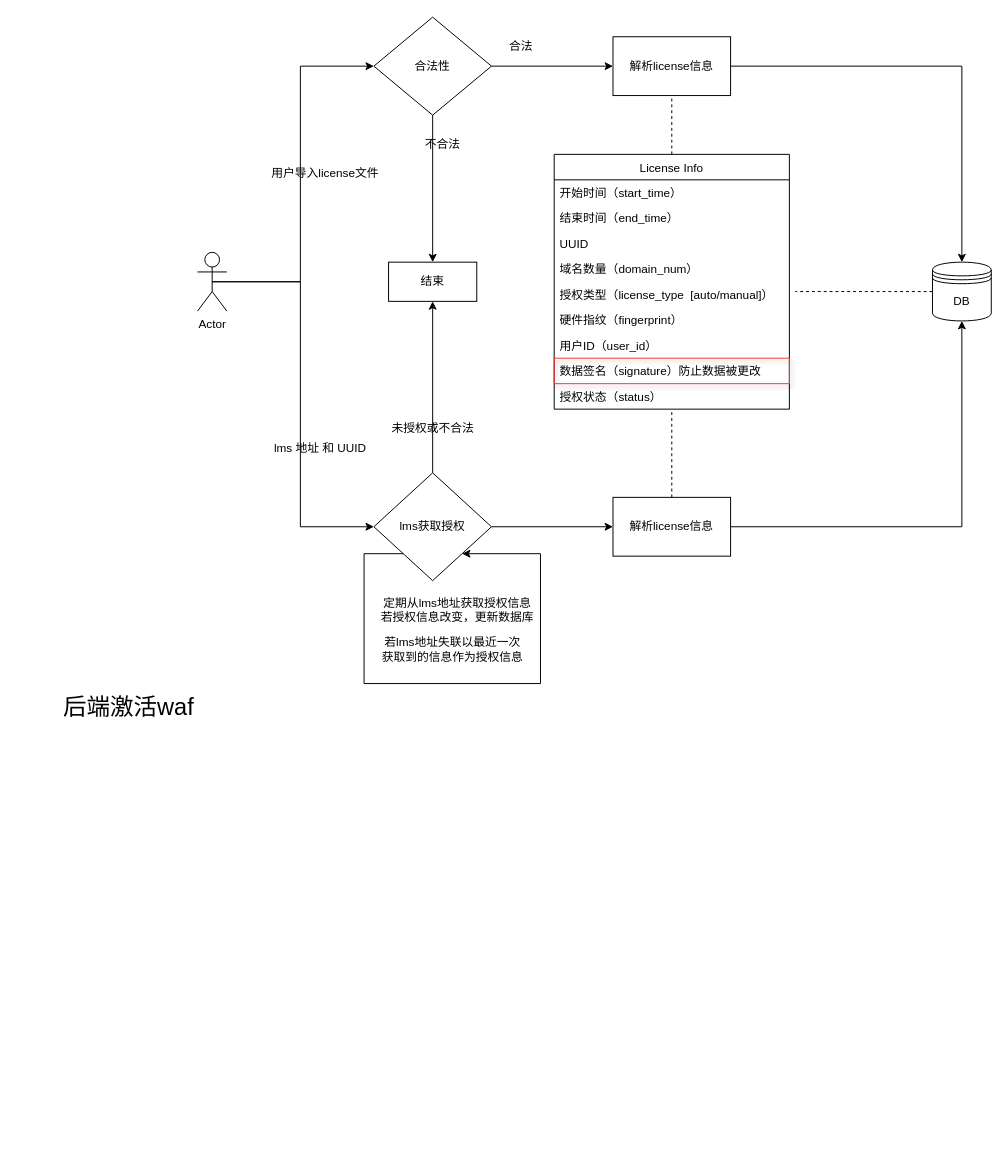
Earlier version of the draw.io diagram license.drawio (whscout/resume). Source tidied: cells renumbered, new cells numbered last; positions are measured from the earlier drawing's top-left corner, leaving out a move shared by most shapes. Both pictures are drawn from the tidied source at 98%, with x=0, y=0 at pixel (21, 17).
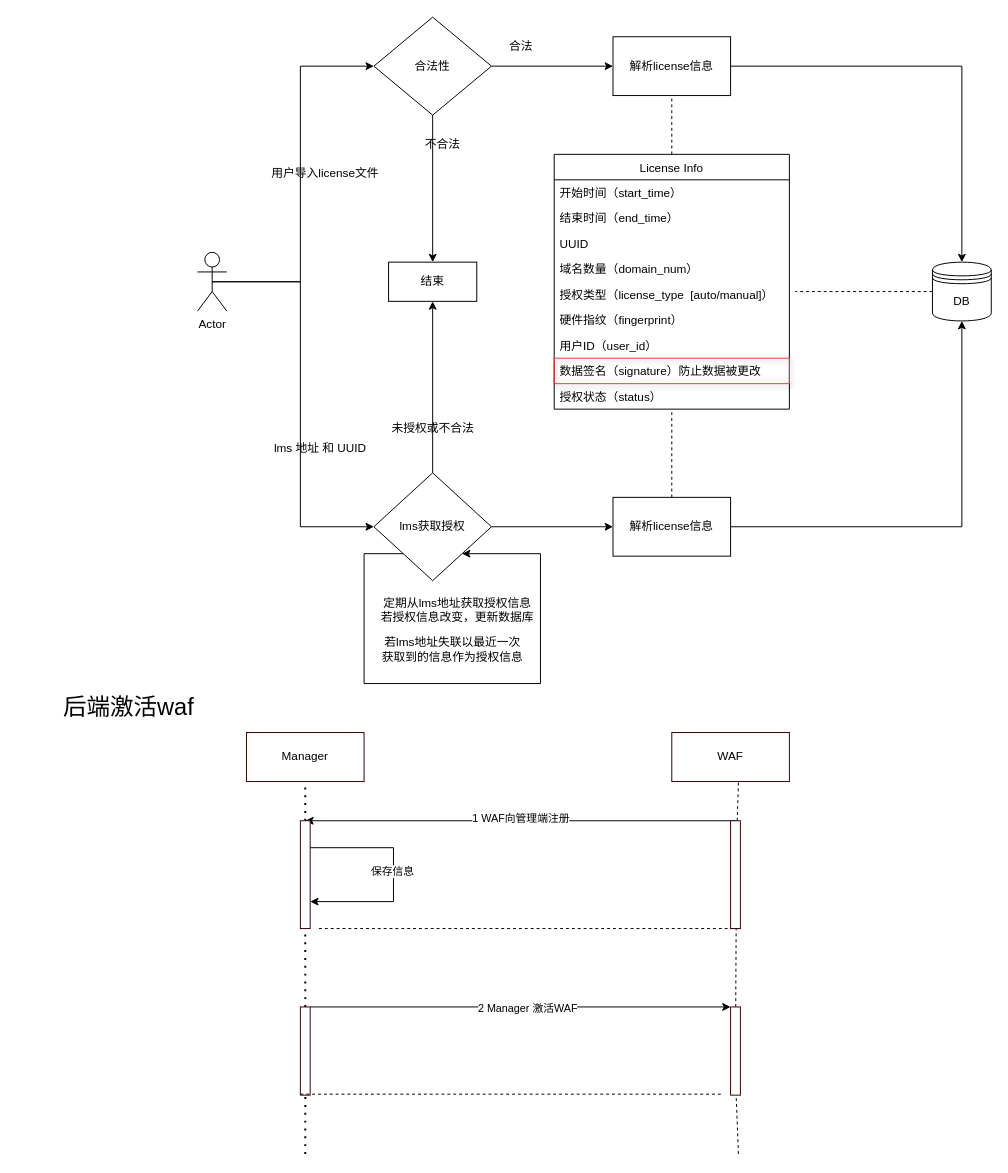
The same diagram, later.

The edit, as a diff of the source:
```diff
@@
+    <mxCell id="39" value="Manager" style="rounded=0;whiteSpace=wrap;html=1;shadow=0;strokeColor=#330000;" parent="1" vertex="1">
+      <mxGeometry x="230" y="730" width="120" height="50" as="geometry" />
+    </mxCell>
+    <mxCell id="40" value="WAF" style="rounded=0;whiteSpace=wrap;html=1;shadow=0;strokeColor=#330000;" parent="1" vertex="1">
+      <mxGeometry x="664" y="730" width="120" height="50" as="geometry" />
+    </mxCell>
+    <mxCell id="41" style="endArrow=none;dashed=1;html=1;dashPattern=1 3;strokeWidth=2;entryX=0.5;entryY=1;entryDx=0;entryDy=0;" parent="1" edge="1" source="45" target="39">
+      <mxGeometry relative="1" as="geometry" />
+    </mxCell>
+    <mxCell id="42" style="endArrow=none;dashed=1;html=1;entryX=0.567;entryY=1;entryDx=0;entryDy=0;entryPerimeter=0;" parent="1" edge="1" source="48" target="40">
+      <mxGeometry relative="1" as="geometry" />
+    </mxCell>
+    <mxCell id="43" style="endArrow=classic;html=1;" parent="1" edge="1">
+      <mxGeometry relative="1" as="geometry">
+        <mxPoint x="730" y="820" as="sourcePoint" />
+        <mxPoint x="290" y="820" as="targetPoint" />
+      </mxGeometry>
+    </mxCell>
+    <mxCell id="44" value="1 WAF向管理端注册" style="edgeLabel;html=1;align=center;verticalAlign=middle;" parent="43" vertex="1">
+      <mxGeometry x="0.54" y="-3" relative="1" as="geometry">
+        <mxPoint x="118" as="offset" />
+      </mxGeometry>
+    </mxCell>
+    <mxCell id="45" style="rounded=0;whiteSpace=wrap;html=1;shadow=0;strokeColor=#330000;" parent="1" vertex="1">
+      <mxGeometry x="285" y="820" width="10" height="110" as="geometry" />
+    </mxCell>
+    <mxCell id="46" style="endArrow=none;dashed=1;html=1;dashPattern=1 3;strokeWidth=2;entryX=0.5;entryY=1;entryDx=0;entryDy=0;" parent="1" edge="1" source="54" target="45">
+      <mxGeometry relative="1" as="geometry" />
+    </mxCell>
+    <mxCell id="47" style="endArrow=none;dashed=1;html=1;" parent="1" edge="1">
+      <mxGeometry relative="1" as="geometry">
+        <mxPoint x="304" y="930" as="sourcePoint" />
+        <mxPoint x="734" y="930" as="targetPoint" />
+      </mxGeometry>
+    </mxCell>
+    <mxCell id="48" style="rounded=0;whiteSpace=wrap;html=1;shadow=0;strokeColor=#330000;" parent="1" vertex="1">
+      <mxGeometry x="724" y="820" width="10" height="110" as="geometry" />
+    </mxCell>
+    <mxCell id="49" style="endArrow=none;dashed=1;html=1;entryX=0.567;entryY=1;entryDx=0;entryDy=0;entryPerimeter=0;" parent="1" edge="1" source="56" target="48">
+      <mxGeometry relative="1" as="geometry" />
+    </mxCell>
+    <mxCell id="50" style="edgeStyle=orthogonalEdgeStyle;rounded=0;orthogonalLoop=1;jettySize=auto;html=1;exitX=1;exitY=0.25;exitDx=0;exitDy=0;entryX=1;entryY=0.75;entryDx=0;entryDy=0;" parent="1" edge="1" source="45" target="45">
+      <mxGeometry relative="1" as="geometry">
+        <Array as="points">
+          <mxPoint x="380" y="848" />
+          <mxPoint x="380" y="903" />
+        </Array>
+      </mxGeometry>
+    </mxCell>
+    <mxCell id="51" value="保存信息" style="edgeLabel;html=1;align=center;verticalAlign=middle;" parent="50" vertex="1">
+      <mxGeometry x="-0.04" y="-2" relative="1" as="geometry">
+        <mxPoint y="1" as="offset" />
+      </mxGeometry>
+    </mxCell>
+    <mxCell id="52" style="edgeStyle=orthogonalEdgeStyle;rounded=0;jettySize=auto;html=1;exitX=1;exitY=0;exitDx=0;exitDy=0;entryX=0;entryY=0;entryDx=0;entryDy=0;" parent="1" edge="1" source="54" target="56">
+      <mxGeometry relative="1" as="geometry">
+        <Array as="points">
+          <mxPoint x="530" y="1010" />
+          <mxPoint x="530" y="1010" />
+        </Array>
+      </mxGeometry>
+    </mxCell>
+    <mxCell id="53" value="2 Manager 激活WAF" style="edgeLabel;html=1;align=center;verticalAlign=middle;" parent="52" vertex="1">
+      <mxGeometry x="0.03" y="-1" relative="1" as="geometry" />
+    </mxCell>
+    <mxCell id="54" style="rounded=0;whiteSpace=wrap;html=1;shadow=0;strokeColor=#330000;" parent="1" vertex="1">
+      <mxGeometry x="285" y="1010" width="10" height="90" as="geometry" />
+    </mxCell>
+    <mxCell id="55" style="endArrow=none;dashed=1;html=1;dashPattern=1 3;strokeWidth=2;entryX=0.5;entryY=1;entryDx=0;entryDy=0;" parent="1" edge="1" target="54">
+      <mxGeometry relative="1" as="geometry">
+        <mxPoint x="290" y="1160" as="sourcePoint" />
+      </mxGeometry>
+    </mxCell>
+    <mxCell id="56" style="rounded=0;whiteSpace=wrap;html=1;shadow=0;strokeColor=#330000;" parent="1" vertex="1">
+      <mxGeometry x="724" y="1010" width="10" height="90" as="geometry" />
+    </mxCell>
+    <mxCell id="57" style="endArrow=none;dashed=1;html=1;entryX=0.567;entryY=1;entryDx=0;entryDy=0;entryPerimeter=0;" parent="1" edge="1" target="56">
+      <mxGeometry relative="1" as="geometry">
+        <mxPoint x="732" y="1160" as="sourcePoint" />
+      </mxGeometry>
+    </mxCell>
+    <mxCell id="58" style="endArrow=none;dashed=1;html=1;" parent="1" edge="1">
+      <mxGeometry relative="1" as="geometry">
+        <mxPoint x="285" y="1099" as="sourcePoint" />
+        <mxPoint x="715" y="1099" as="targetPoint" />
+      </mxGeometry>
+    </mxCell>
```
